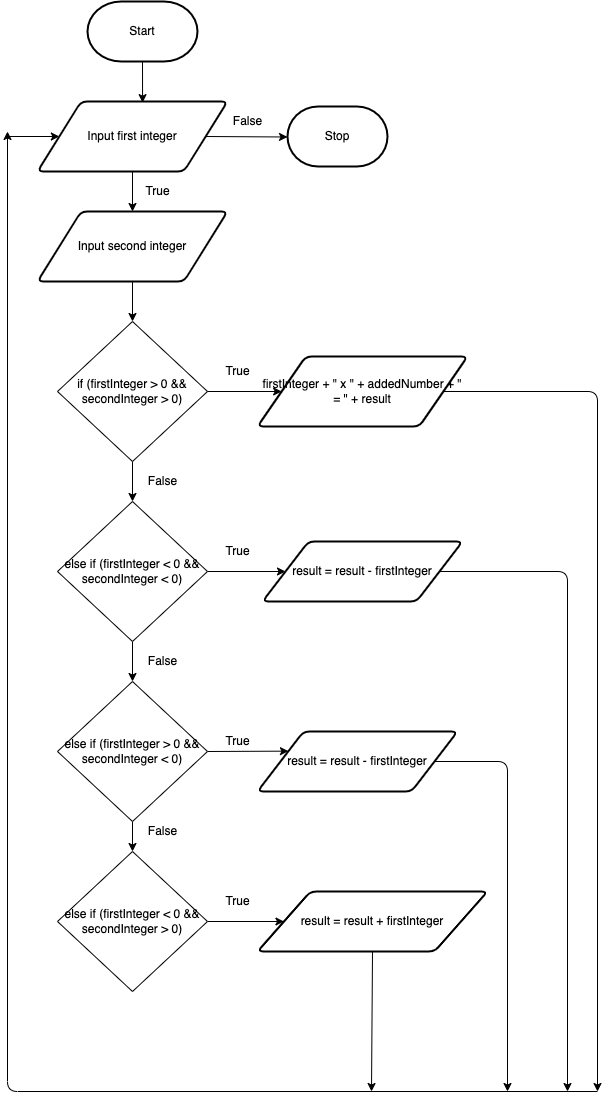
This is design/flowchart.png from joannesanthosh/ICS20-Unit5-06-HTML, a draw.io export, as it was before one commit. Source tidied: cells renumbered, new cells last; positions are measured from the earlier drawing's top-left corner, leaving out a move shared by most shapes.
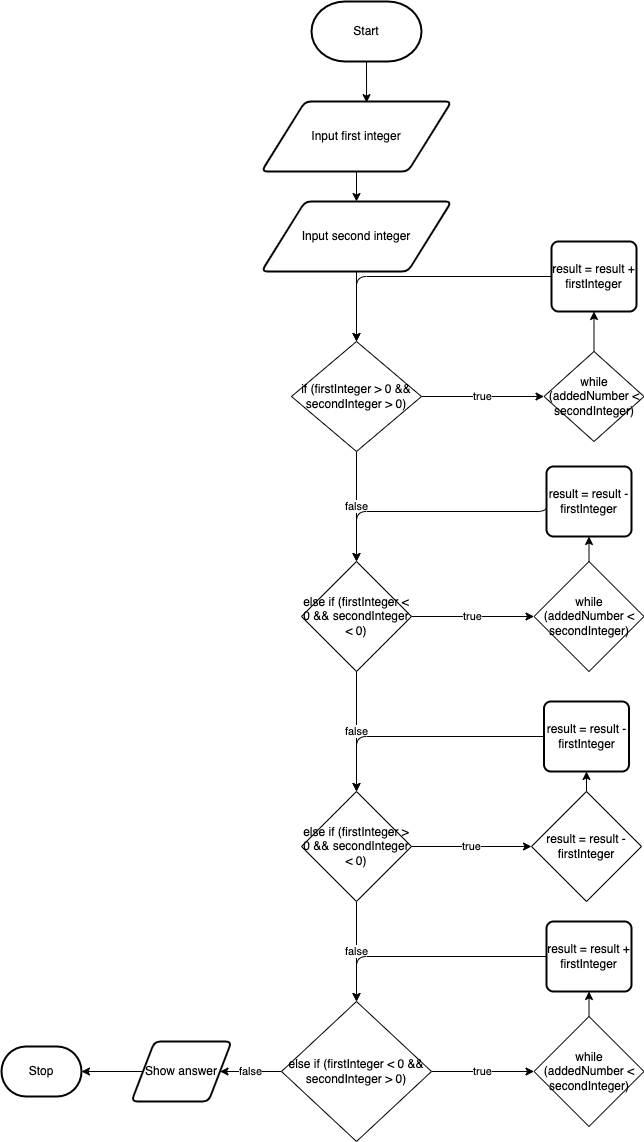
Later version of the same file.

The edit, as a diff of the source:
```diff
@@ -11,126 +11,112 @@
     <mxCell id="4" style="edgeStyle=none;html=1;exitX=0.5;exitY=1;exitDx=0;exitDy=0;" parent="1" edge="1" source="6" target="11">
       <mxGeometry relative="1" as="geometry" />
     </mxCell>
-    <mxCell id="5" style="edgeStyle=elbowEdgeStyle;elbow=vertical;html=1;exitX=1;exitY=0.5;exitDx=0;exitDy=0;entryX=0;entryY=0.5;entryDx=0;entryDy=0;entryPerimeter=0;" parent="1" edge="1" source="6" target="37">
-      <mxGeometry relative="1" as="geometry" />
-    </mxCell>
     <mxCell id="6" value="Input first integer" style="shape=parallelogram;html=1;strokeWidth=2;perimeter=parallelogramPerimeter;whiteSpace=wrap;rounded=1;arcSize=12;size=0.23;" parent="1" vertex="1">
       <mxGeometry x="30" y="100" width="190" height="70" as="geometry" />
     </mxCell>
-    <mxCell id="7" style="edgeStyle=none;html=1;exitX=0.5;exitY=1;exitDx=0;exitDy=0;entryX=0.5;entryY=0;entryDx=0;entryDy=0;" parent="1" edge="1" source="9" target="14">
+    <mxCell id="7" value="false" style="edgeStyle=none;html=1;exitX=0.5;exitY=1;exitDx=0;exitDy=0;entryX=0.5;entryY=0;entryDx=0;entryDy=0;" parent="1" edge="1" source="9" target="14">
       <mxGeometry relative="1" as="geometry" />
     </mxCell>
-    <mxCell id="8" style="edgeStyle=none;html=1;exitX=1;exitY=0.5;exitDx=0;exitDy=0;entryX=0;entryY=0.5;entryDx=0;entryDy=0;" parent="1" edge="1" source="9" target="21">
+    <mxCell id="8" value="true" style="edgeStyle=none;html=1;exitX=1;exitY=0.5;exitDx=0;exitDy=0;entryX=0;entryY=0.5;entryDx=0;entryDy=0;" parent="1" edge="1" source="9" target="48">
       <mxGeometry relative="1" as="geometry" />
     </mxCell>
     <mxCell id="9" value="if (firstInteger &amp;gt; 0 &amp;amp;&amp;amp; secondInteger &amp;gt; 0)" style="rhombus;whiteSpace=wrap;html=1;" parent="1" vertex="1">
-      <mxGeometry x="50" y="320" width="150" height="140" as="geometry" />
+      <mxGeometry x="60" y="340" width="130" height="110" as="geometry" />
     </mxCell>
     <mxCell id="10" style="edgeStyle=none;html=1;exitX=0.5;exitY=1;exitDx=0;exitDy=0;entryX=0.5;entryY=0;entryDx=0;entryDy=0;" parent="1" edge="1" source="11" target="9">
       <mxGeometry relative="1" as="geometry" />
     </mxCell>
     <mxCell id="11" value="Input second integer" style="shape=parallelogram;html=1;strokeWidth=2;perimeter=parallelogramPerimeter;whiteSpace=wrap;rounded=1;arcSize=12;size=0.23;" parent="1" vertex="1">
-      <mxGeometry x="30" y="210" width="190" height="70" as="geometry" />
+      <mxGeometry x="30" y="200" width="190" height="70" as="geometry" />
     </mxCell>
-    <mxCell id="12" style="edgeStyle=none;html=1;exitX=0.5;exitY=1;exitDx=0;exitDy=0;entryX=0.5;entryY=0;entryDx=0;entryDy=0;" parent="1" edge="1" source="14" target="17">
+    <mxCell id="12" value="false" style="edgeStyle=none;html=1;exitX=0.5;exitY=1;exitDx=0;exitDy=0;entryX=0.5;entryY=0;entryDx=0;entryDy=0;" parent="1" edge="1" source="14" target="17">
       <mxGeometry relative="1" as="geometry" />
     </mxCell>
-    <mxCell id="13" style="edgeStyle=none;html=1;exitX=1;exitY=0.5;exitDx=0;exitDy=0;entryX=0;entryY=0.5;entryDx=0;entryDy=0;" parent="1" edge="1" source="14" target="23">
-      <mxGeometry relative="1" as="geometry" />
-    </mxCell>
+    <mxCell id="40" value="true" style="edgeStyle=orthogonalEdgeStyle;html=1;exitX=1;exitY=0.5;exitDx=0;exitDy=0;entryX=0;entryY=0.5;entryDx=0;entryDy=0;" parent="1" edge="1" source="14" target="46">
+      <mxGeometry relative="1" as="geometry" />
+    </mxCell>
     <mxCell id="14" value="else if (firstInteger &amp;lt; 0 &amp;amp;&amp;amp; secondInteger &amp;lt; 0)" style="rhombus;whiteSpace=wrap;html=1;" parent="1" vertex="1">
-      <mxGeometry x="50" y="500" width="150" height="140" as="geometry" />
+      <mxGeometry x="70" y="560" width="110" height="110" as="geometry" />
     </mxCell>
-    <mxCell id="15" style="edgeStyle=none;html=1;exitX=0.5;exitY=1;exitDx=0;exitDy=0;entryX=0.5;entryY=0;entryDx=0;entryDy=0;" parent="1" edge="1" source="17" target="19">
+    <mxCell id="15" value="false" style="edgeStyle=none;html=1;exitX=0.5;exitY=1;exitDx=0;exitDy=0;entryX=0.5;entryY=0;entryDx=0;entryDy=0;" parent="1" edge="1" source="17" target="19">
       <mxGeometry relative="1" as="geometry" />
     </mxCell>
-    <mxCell id="16" style="edgeStyle=none;html=1;exitX=1;exitY=0.5;exitDx=0;exitDy=0;entryX=0;entryY=0.25;entryDx=0;entryDy=0;" parent="1" edge="1" source="17" target="25">
-      <mxGeometry relative="1" as="geometry" />
-    </mxCell>
+    <mxCell id="41" value="true" style="edgeStyle=none;html=1;exitX=1;exitY=0.5;exitDx=0;exitDy=0;entryX=0;entryY=0.5;entryDx=0;entryDy=0;" parent="1" edge="1" source="17" target="54">
+      <mxGeometry relative="1" as="geometry" />
+    </mxCell>
     <mxCell id="17" value="else if (firstInteger &amp;gt; 0 &amp;amp;&amp;amp; secondInteger &amp;lt; 0)" style="rhombus;whiteSpace=wrap;html=1;" parent="1" vertex="1">
-      <mxGeometry x="50" y="680" width="150" height="140" as="geometry" />
+      <mxGeometry x="70" y="790" width="110" height="110" as="geometry" />
     </mxCell>
-    <mxCell id="18" style="edgeStyle=none;html=1;exitX=1;exitY=0.5;exitDx=0;exitDy=0;entryX=0;entryY=0.5;entryDx=0;entryDy=0;" parent="1" edge="1" source="19" target="26">
+    <mxCell id="18" value="true" style="edgeStyle=none;html=1;exitX=1;exitY=0.5;exitDx=0;exitDy=0;entryX=0;entryY=0.5;entryDx=0;entryDy=0;" parent="1" edge="1" source="19" target="56">
       <mxGeometry relative="1" as="geometry" />
     </mxCell>
+    <mxCell id="42" value="false" style="edgeStyle=orthogonalEdgeStyle;html=1;exitX=0;exitY=0.5;exitDx=0;exitDy=0;entryX=1;entryY=0.5;entryDx=0;entryDy=0;" parent="1" edge="1" source="19" target="60">
+      <mxGeometry relative="1" as="geometry" />
+    </mxCell>
     <mxCell id="19" value="else if (firstInteger &amp;lt; 0 &amp;amp;&amp;amp; secondInteger &amp;gt; 0)" style="rhombus;whiteSpace=wrap;html=1;" parent="1" vertex="1">
-      <mxGeometry x="50" y="850" width="150" height="140" as="geometry" />
+      <mxGeometry x="50" y="1000" width="150" height="140" as="geometry" />
     </mxCell>
-    <mxCell id="20" style="edgeStyle=orthogonalEdgeStyle;html=1;exitX=1;exitY=0.5;exitDx=0;exitDy=0;" parent="1" edge="1" source="21">
-      <mxGeometry relative="1" as="geometry">
-        <mxPoint x="590" y="1090" as="targetPoint" />
-      </mxGeometry>
-    </mxCell>
-    <mxCell id="21" value="firstInteger + &quot; x &quot; + addedNumber + &quot; = &quot; + result" style="shape=parallelogram;html=1;strokeWidth=2;perimeter=parallelogramPerimeter;whiteSpace=wrap;rounded=1;arcSize=12;size=0.23;" parent="1" vertex="1">
-      <mxGeometry x="250" y="355" width="210" height="70" as="geometry" />
-    </mxCell>
-    <mxCell id="22" style="edgeStyle=orthogonalEdgeStyle;html=1;exitX=1;exitY=0.5;exitDx=0;exitDy=0;" parent="1" edge="1" source="23">
-      <mxGeometry relative="1" as="geometry">
-        <mxPoint x="560" y="1090" as="targetPoint" />
-      </mxGeometry>
-    </mxCell>
-    <mxCell id="23" value="result = result - firstInteger" style="shape=parallelogram;html=1;strokeWidth=2;perimeter=parallelogramPerimeter;whiteSpace=wrap;rounded=1;arcSize=12;size=0.23;" parent="1" vertex="1">
-      <mxGeometry x="255" y="540" width="200" height="60" as="geometry" />
-    </mxCell>
-    <mxCell id="24" style="edgeStyle=orthogonalEdgeStyle;html=1;exitX=1;exitY=0.5;exitDx=0;exitDy=0;" parent="1" edge="1" source="25">
-      <mxGeometry relative="1" as="geometry">
-        <mxPoint x="500" y="1090" as="targetPoint" />
-      </mxGeometry>
-    </mxCell>
-    <mxCell id="25" value="result = result - firstInteger" style="shape=parallelogram;html=1;strokeWidth=2;perimeter=parallelogramPerimeter;whiteSpace=wrap;rounded=1;arcSize=12;size=0.23;" parent="1" vertex="1">
-      <mxGeometry x="250" y="730" width="200" height="60" as="geometry" />
-    </mxCell>
-    <mxCell id="26" value="result = result + firstInteger" style="shape=parallelogram;html=1;strokeWidth=2;perimeter=parallelogramPerimeter;whiteSpace=wrap;rounded=1;arcSize=12;size=0.23;" parent="1" vertex="1">
-      <mxGeometry x="250" y="890" width="230" height="60" as="geometry" />
-    </mxCell>
-    <mxCell id="27" value="True" style="text;html=1;align=center;verticalAlign=middle;fillColor=none;strokeColor=none;rounded=0;" parent="1" vertex="1">
-      <mxGeometry x="210" y="360" width="40" height="20" as="geometry" />
-    </mxCell>
-    <mxCell id="28" value="True" style="text;html=1;align=center;verticalAlign=middle;fillColor=none;strokeColor=none;rounded=0;" parent="1" vertex="1">
-      <mxGeometry x="210" y="540" width="40" height="20" as="geometry" />
-    </mxCell>
-    <mxCell id="29" value="True" style="text;html=1;align=center;verticalAlign=middle;fillColor=none;strokeColor=none;rounded=0;" parent="1" vertex="1">
-      <mxGeometry x="210" y="730" width="40" height="20" as="geometry" />
-    </mxCell>
-    <mxCell id="30" value="True" style="text;html=1;align=center;verticalAlign=middle;fillColor=none;strokeColor=none;rounded=0;" parent="1" vertex="1">
-      <mxGeometry x="210" y="890" width="40" height="20" as="geometry" />
-    </mxCell>
-    <mxCell id="31" value="False" style="text;html=1;align=center;verticalAlign=middle;fillColor=none;strokeColor=none;rounded=0;" parent="1" vertex="1">
-      <mxGeometry x="130" y="650" width="50" height="20" as="geometry" />
-    </mxCell>
-    <mxCell id="32" value="False" style="text;html=1;align=center;verticalAlign=middle;fillColor=none;strokeColor=none;rounded=0;" parent="1" vertex="1">
-      <mxGeometry x="130" y="820" width="50" height="20" as="geometry" />
-    </mxCell>
-    <mxCell id="33" value="False" style="text;html=1;align=center;verticalAlign=middle;fillColor=none;strokeColor=none;rounded=0;" parent="1" vertex="1">
-      <mxGeometry x="130" y="470" width="50" height="20" as="geometry" />
-    </mxCell>
-    <mxCell id="34" style="edgeStyle=none;html=1;exitX=0.5;exitY=1;exitDx=0;exitDy=0;" parent="1" edge="1" source="26">
-      <mxGeometry relative="1" as="geometry">
-        <mxPoint x="364" y="1090" as="targetPoint" />
-      </mxGeometry>
-    </mxCell>
-    <mxCell id="35" style="edgeStyle=elbowEdgeStyle;html=1;elbow=vertical;" parent="1" edge="1">
-      <mxGeometry relative="1" as="geometry">
-        <mxPoint x="590" y="1090" as="sourcePoint" />
-        <mxPoint y="130" as="targetPoint" />
-        <Array as="points">
-          <mxPoint x="170" y="1090" />
-        </Array>
-      </mxGeometry>
-    </mxCell>
-    <mxCell id="36" style="endArrow=classic;html=1;elbow=vertical;entryX=0;entryY=0.5;entryDx=0;entryDy=0;" parent="1" edge="1" target="6">
-      <mxGeometry relative="1" as="geometry">
-        <mxPoint y="135" as="sourcePoint" />
-      </mxGeometry>
-    </mxCell>
+    <mxCell id="43" style="edgeStyle=orthogonalEdgeStyle;html=1;exitX=0;exitY=0.5;exitDx=0;exitDy=0;entryX=0.5;entryY=0;entryDx=0;entryDy=0;" parent="1" edge="1" source="44" target="9">
+      <mxGeometry relative="1" as="geometry" />
+    </mxCell>
+    <mxCell id="44" value="result = result + firstInteger&lt;br&gt;" style="rounded=1;whiteSpace=wrap;html=1;absoluteArcSize=1;arcSize=14;strokeWidth=2;" parent="1" vertex="1">
+      <mxGeometry x="320" y="240" width="85" height="70" as="geometry" />
+    </mxCell>
+    <mxCell id="45" style="edgeStyle=orthogonalEdgeStyle;html=1;exitX=0.5;exitY=0;exitDx=0;exitDy=0;" parent="1" edge="1" source="46" target="50">
+      <mxGeometry relative="1" as="geometry" />
+    </mxCell>
+    <mxCell id="46" value="while (addedNumber &lt; secondInteger)" style="rhombus;whiteSpace=wrap;html=1;" parent="1" vertex="1">
+      <mxGeometry x="302.5" y="560" width="110" height="110" as="geometry" />
+    </mxCell>
+    <mxCell id="47" style="edgeStyle=orthogonalEdgeStyle;html=1;exitX=0.5;exitY=0;exitDx=0;exitDy=0;entryX=0.5;entryY=1;entryDx=0;entryDy=0;" parent="1" edge="1" source="48" target="44">
+      <mxGeometry relative="1" as="geometry" />
+    </mxCell>
+    <mxCell id="48" value="while (addedNumber &lt; secondInteger)" style="rhombus;whiteSpace=wrap;html=1;" parent="1" vertex="1">
+      <mxGeometry x="312.5" y="350" width="100" height="90" as="geometry" />
+    </mxCell>
+    <mxCell id="49" style="edgeStyle=orthogonalEdgeStyle;html=1;exitX=0;exitY=0.5;exitDx=0;exitDy=0;entryX=0.5;entryY=0;entryDx=0;entryDy=0;" parent="1" edge="1" source="50" target="14">
+      <mxGeometry relative="1" as="geometry">
+        <Array as="points">
+          <mxPoint x="315" y="510" />
+          <mxPoint x="125" y="510" />
+        </Array>
+      </mxGeometry>
+    </mxCell>
+    <mxCell id="50" value="result = result - firstInteger" style="rounded=1;whiteSpace=wrap;html=1;absoluteArcSize=1;arcSize=14;strokeWidth=2;" parent="1" vertex="1">
+      <mxGeometry x="315" y="465" width="85" height="70" as="geometry" />
+    </mxCell>
+    <mxCell id="51" style="edgeStyle=orthogonalEdgeStyle;html=1;exitX=0;exitY=0.5;exitDx=0;exitDy=0;entryX=0.5;entryY=0;entryDx=0;entryDy=0;" parent="1" edge="1" source="52" target="17">
+      <mxGeometry relative="1" as="geometry" />
+    </mxCell>
+    <mxCell id="52" value="result = result - firstInteger" style="rounded=1;whiteSpace=wrap;html=1;absoluteArcSize=1;arcSize=14;strokeWidth=2;" parent="1" vertex="1">
+      <mxGeometry x="312.5" y="700" width="85" height="70" as="geometry" />
+    </mxCell>
+    <mxCell id="53" style="edgeStyle=none;html=1;exitX=0.5;exitY=0;exitDx=0;exitDy=0;entryX=0.5;entryY=1;entryDx=0;entryDy=0;" parent="1" edge="1" source="54" target="52">
+      <mxGeometry relative="1" as="geometry" />
+    </mxCell>
+    <mxCell id="54" value="result = result - firstInteger" style="rhombus;whiteSpace=wrap;html=1;" parent="1" vertex="1">
+      <mxGeometry x="300" y="790" width="110" height="110" as="geometry" />
+    </mxCell>
+    <mxCell id="55" style="edgeStyle=none;html=1;exitX=0.5;exitY=0;exitDx=0;exitDy=0;entryX=0.5;entryY=1;entryDx=0;entryDy=0;" parent="1" edge="1" source="56" target="58">
+      <mxGeometry relative="1" as="geometry" />
+    </mxCell>
+    <mxCell id="56" value="while (addedNumber &amp;lt; secondInteger)" style="rhombus;whiteSpace=wrap;html=1;" parent="1" vertex="1">
+      <mxGeometry x="302.5" y="1015" width="110" height="110" as="geometry" />
+    </mxCell>
+    <mxCell id="57" style="edgeStyle=orthogonalEdgeStyle;html=1;exitX=0;exitY=0.5;exitDx=0;exitDy=0;entryX=0.5;entryY=0;entryDx=0;entryDy=0;" parent="1" edge="1" source="58" target="19">
+      <mxGeometry relative="1" as="geometry" />
+    </mxCell>
+    <mxCell id="58" value="result = result + firstInteger" style="rounded=1;whiteSpace=wrap;html=1;absoluteArcSize=1;arcSize=14;strokeWidth=2;" parent="1" vertex="1">
+      <mxGeometry x="315" y="920" width="85" height="70" as="geometry" />
+    </mxCell>
+    <mxCell id="59" style="edgeStyle=orthogonalEdgeStyle;html=1;exitX=0;exitY=0.5;exitDx=0;exitDy=0;entryX=1;entryY=0.5;entryDx=0;entryDy=0;entryPerimeter=0;" parent="1" edge="1" source="60" target="37">
+      <mxGeometry relative="1" as="geometry" />
+    </mxCell>
+    <mxCell id="60" value="Show answer" style="shape=parallelogram;html=1;strokeWidth=2;perimeter=parallelogramPerimeter;whiteSpace=wrap;rounded=1;arcSize=12;size=0.23;" parent="1" vertex="1">
+      <mxGeometry x="-100" y="1040" width="100" height="60" as="geometry" />
+    </mxCell>
     <mxCell id="37" value="Stop" style="strokeWidth=2;html=1;shape=mxgraph.flowchart.terminator;whiteSpace=wrap;" parent="1" vertex="1">
-      <mxGeometry x="280" y="105" width="100" height="60" as="geometry" />
+      <mxGeometry x="-230" y="1045" width="80" height="50" as="geometry" />
     </mxCell>
-    <mxCell id="38" value="True" style="text;html=1;align=center;verticalAlign=middle;fillColor=none;strokeColor=none;rounded=0;" parent="1" vertex="1">
-      <mxGeometry x="130" y="180" width="40" height="20" as="geometry" />
-    </mxCell>
-    <mxCell id="39" value="False" style="text;html=1;align=center;verticalAlign=middle;fillColor=none;strokeColor=none;rounded=0;" parent="1" vertex="1">
-      <mxGeometry x="215" y="110" width="50" height="20" as="geometry" />
-    </mxCell>
   </root>
 </mxGraphModel>
```
